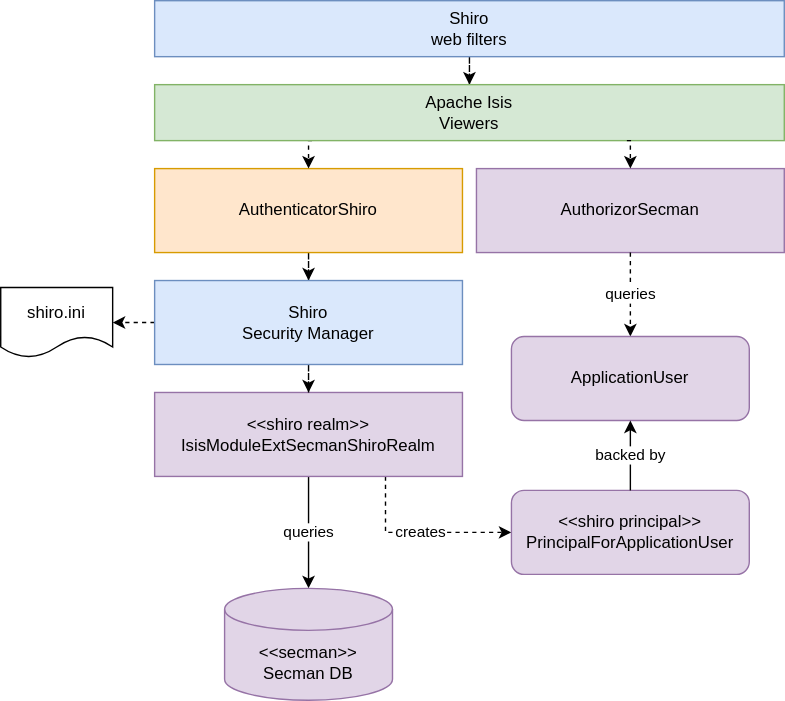
Before: content/security/latest/secman/_images/secman-shiro-architecture.drawio.svg, a diagram exported from draw.io (apache/causeway-site). Source tidied: cells renumbered, new cells last; positions are measured from the earlier drawing's top-left corner, leaving out a move shared by most shapes.
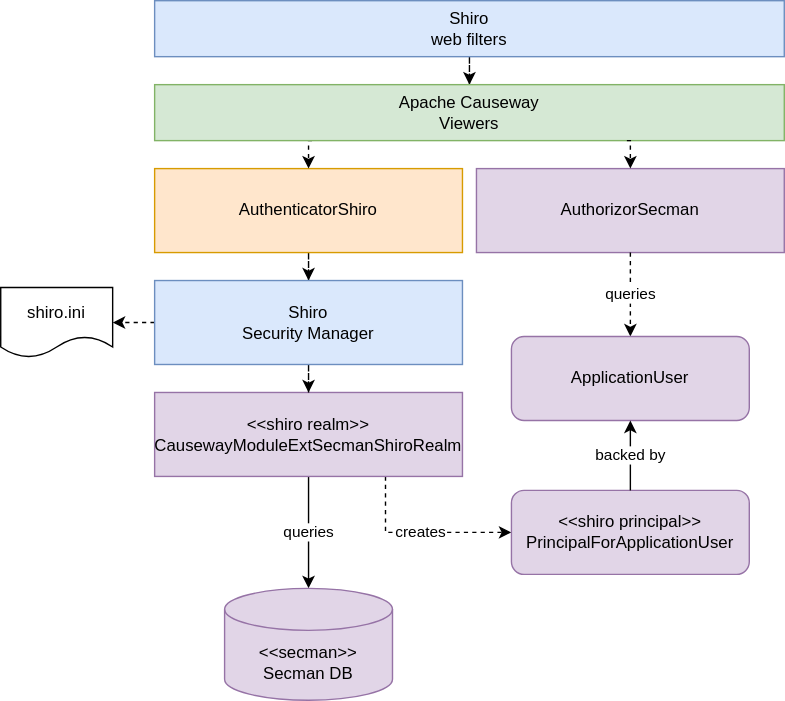
The same diagram one commit later.

The edit, as a diff of the source:
```diff
@@ -20,7 +20,7 @@
     <mxCell id="7" value="creates&lt;span style=&quot;color: rgba(0 , 0 , 0 , 0) ; font-family: monospace ; font-size: 0px ; background-color: rgb(248 , 249 , 250)&quot;&gt;%3CmxGraphModel%3E%3Croot%3E%3CmxCell%20id%3D%220%22%2F%3E%3CmxCell%20id%3D%221%22%20parent%3D%220%22%2F%3E%3CmxCell%20id%3D%222%22%20value%3D%22%26amp%3Blt%3B%26amp%3Blt%3Bshiro%20realm%26amp%3Bgt%3B%26amp%3Bgt%3B%26lt%3Bbr%26gt%3BIsisModuleExtSecmanShiroRealm%22%20style%3D%22rounded%3D0%3BwhiteSpace%3Dwrap%3Bhtml%3D1%3B%22%20vertex%3D%221%22%20parent%3D%221%22%3E%3CmxGeometry%20x%3D%22130%22%20y%3D%22220%22%20width%3D%22220%22%20height%3D%2260%22%20as%3D%22geometry%22%2F%3E%3C%2FmxCell%3E%3C%2Froot%3E%3C%2FmxGraphModel%3E&lt;/span&gt;" style="edgeStyle=orthogonalEdgeStyle;rounded=0;jettySize=auto;html=1;dashed=1;exitX=0.75;exitY=1;exitDx=0;exitDy=0;entryX=0;entryY=0.5;entryDx=0;entryDy=0;" parent="1" edge="1" source="8" target="10">
       <mxGeometry relative="1" as="geometry" />
     </mxCell>
-    <mxCell id="8" value="&amp;lt;&amp;lt;shiro realm&amp;gt;&amp;gt;&lt;br&gt;IsisModuleExtSecmanShiroRealm" style="rounded=0;whiteSpace=wrap;html=1;fillColor=#e1d5e7;strokeColor=#9673a6;" parent="1" vertex="1">
+    <mxCell id="8" value="&amp;lt;&amp;lt;shiro realm&amp;gt;&amp;gt;&lt;br&gt;CausewayModuleExtSecmanShiroRealm" style="rounded=0;whiteSpace=wrap;html=1;fillColor=#e1d5e7;strokeColor=#9673a6;" parent="1" vertex="1">
       <mxGeometry x="110" y="280" width="220" height="60" as="geometry" />
     </mxCell>
     <mxCell id="9" value="&amp;lt;&amp;lt;secman&amp;gt;&amp;gt;&lt;br&gt;Secman DB" style="shape=cylinder3;whiteSpace=wrap;html=1;boundedLbl=1;backgroundOutline=1;size=15;fillColor=#e1d5e7;strokeColor=#9673a6;" parent="1" vertex="1">
@@ -41,7 +41,7 @@
     <mxCell id="14" style="edgeStyle=orthogonalEdgeStyle;rounded=0;jettySize=auto;html=1;entryX=0.5;entryY=0;entryDx=0;entryDy=0;dashed=1;exitX=0.25;exitY=1;exitDx=0;exitDy=0;" parent="1" edge="1" source="15" target="4">
       <mxGeometry relative="1" as="geometry" />
     </mxCell>
-    <mxCell id="15" value="Apache Isis&lt;br&gt;Viewers" style="rounded=0;whiteSpace=wrap;html=1;fillColor=#d5e8d4;strokeColor=#82b366;" parent="1" vertex="1">
+    <mxCell id="15" value="Apache Causeway&lt;br&gt;Viewers" style="rounded=0;whiteSpace=wrap;html=1;fillColor=#d5e8d4;strokeColor=#82b366;" parent="1" vertex="1">
       <mxGeometry x="110" y="60" width="450" height="40" as="geometry" />
     </mxCell>
     <mxCell id="16" style="edgeStyle=orthogonalEdgeStyle;rounded=0;jettySize=auto;html=1;entryX=0.5;entryY=0;entryDx=0;entryDy=0;dashed=1;exitX=0.75;exitY=1;exitDx=0;exitDy=0;" parent="1" edge="1" source="15" target="5">
```
